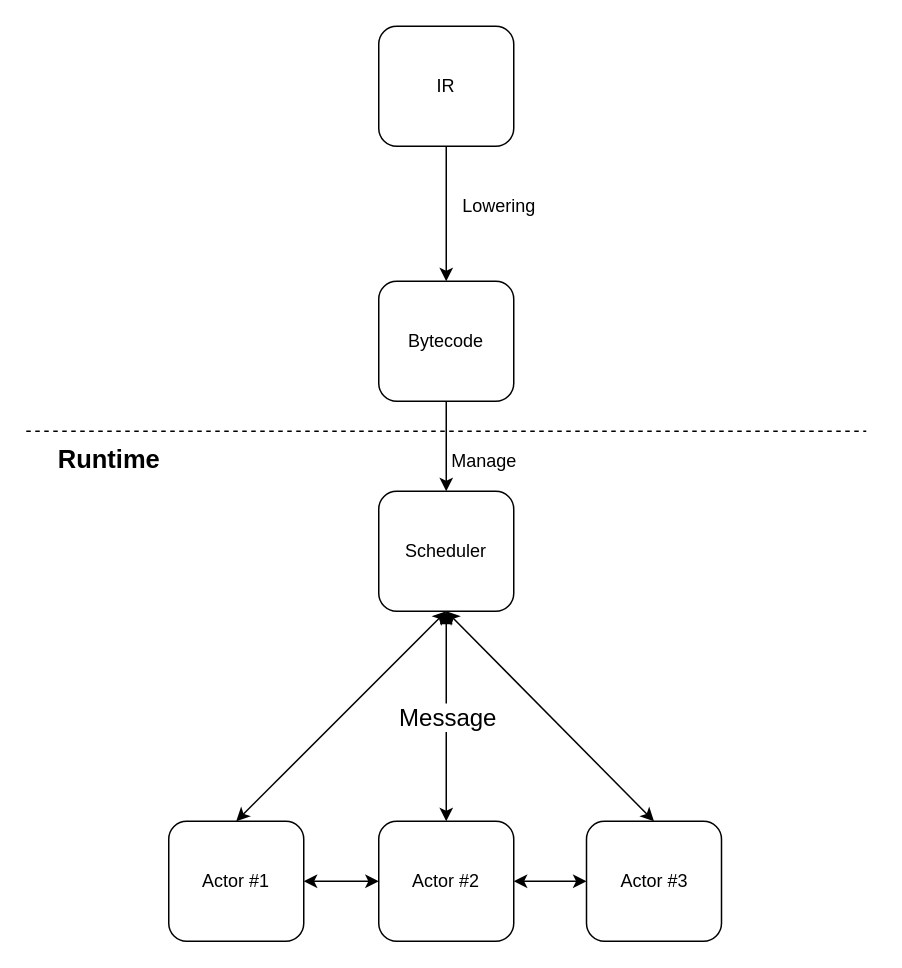
Earlier version of the draw.io diagram page "flow" (1 of 2) of ir_bytecode_runtime.drawio (Tianyu9748/hello-world). Source tidied: cells renumbered, new cells numbered last; positions are measured from the earlier drawing's top-left corner, leaving out a move shared by most shapes. Both pictures are drawn from the tidied source at 150%, with x=0, y=0 at pixel (26, 26).
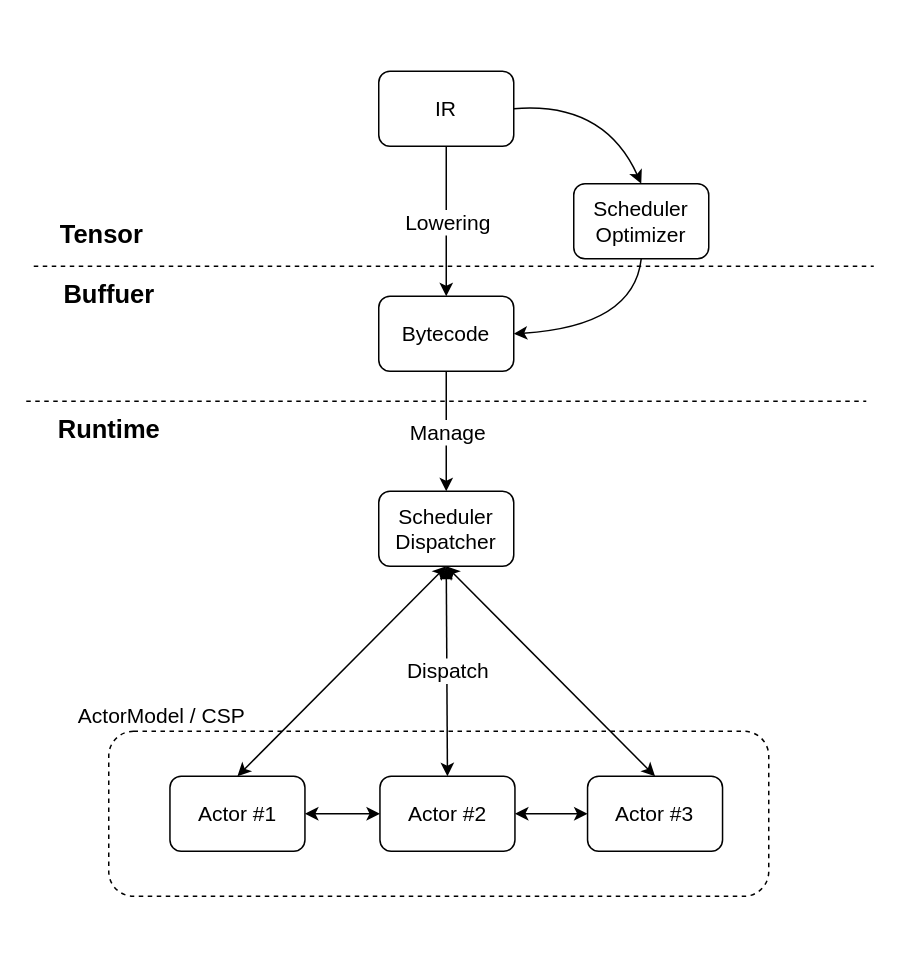
Above is the later version.

The change refers to these unchanged cells:
```xml
<mxCell id="16" style="endArrow=classic;rounded=0;fontSize=16;entryX=0.5;entryY=0;entryDx=0;entryDy=0;exitX=0.5;exitY=1;exitDx=0;exitDy=0;labelBorderColor=none;html=1;verticalAlign=middle;startArrow=block;startFill=1;" parent="1" edge="1" source="9" target="10">
  <mxGeometry relative="1" as="geometry" />
</mxCell>
```

Change to the diagram source:
```diff
@@
-    <mxCell id="2" value="IR" style="rounded=1;whiteSpace=wrap;html=1;" parent="1" vertex="1">
-      <mxGeometry x="235" width="90" height="80" as="geometry" />
+    <mxCell id="2" value="&lt;font style=&quot;font-size: 14px;&quot;&gt;IR&lt;/font&gt;" style="rounded=1;whiteSpace=wrap;html=1;" parent="1" vertex="1">
+      <mxGeometry x="235" y="30" width="90" height="50" as="geometry" />
     </mxCell>
-    <mxCell id="3" style="endArrow=classic;html=1;exitX=0.5;exitY=1;exitDx=0;exitDy=0;entryX=0.5;entryY=0;entryDx=0;entryDy=0;" parent="1" edge="1" source="2" target="4">
-      <mxGeometry relative="1" as="geometry" />
-    </mxCell>
-    <mxCell id="4" value="Bytecode" style="rounded=1;whiteSpace=wrap;html=1;" parent="1" vertex="1">
-      <mxGeometry x="235" y="170" width="90" height="80" as="geometry" />
+    <mxCell id="4" value="&lt;font style=&quot;font-size: 14px;&quot;&gt;Bytecode&lt;/font&gt;" style="rounded=1;whiteSpace=wrap;html=1;" parent="1" vertex="1">
+      <mxGeometry x="235" y="180" width="90" height="50" as="geometry" />
     </mxCell>
-    <mxCell id="5" value="Lowering" style="text;html=1;align=center;verticalAlign=middle;strokeColor=none;fillColor=none;" parent="1" vertex="1">
-      <mxGeometry x="285" y="110" width="60" height="20" as="geometry" />
-    </mxCell>
     <mxCell id="6" style="endArrow=none;dashed=1;html=1;" parent="1" edge="1">
       <mxGeometry relative="1" as="geometry">
-        <mxPoint y="270" as="sourcePoint" />
-        <mxPoint x="560" y="270" as="targetPoint" />
+        <mxPoint y="250" as="sourcePoint" />
+        <mxPoint x="560" y="250" as="targetPoint" />
       </mxGeometry>
     </mxCell>
     <mxCell id="7" value="&lt;b&gt;&lt;font style=&quot;font-size: 17px;&quot;&gt;Runtime&lt;/font&gt;&lt;/b&gt;" style="text;html=1;align=center;verticalAlign=middle;strokeColor=none;fillColor=none;" parent="1" vertex="1">
-      <mxGeometry x="15" y="280" width="80" height="20" as="geometry" />
+      <mxGeometry x="15" y="260" width="80" height="20" as="geometry" />
     </mxCell>
-    <mxCell id="8" value="Actor #1" style="rounded=1;whiteSpace=wrap;html=1;" parent="1" vertex="1">
-      <mxGeometry x="95" y="530" width="90" height="80" as="geometry" />
+    <mxCell id="8" value="&lt;font style=&quot;font-size: 14px;&quot;&gt;Actor #1&lt;/font&gt;" style="rounded=1;whiteSpace=wrap;html=1;" parent="1" vertex="1">
+      <mxGeometry x="95.8" y="500" width="90" height="50" as="geometry" />
     </mxCell>
-    <mxCell id="9" value="Scheduler" style="rounded=1;whiteSpace=wrap;html=1;" parent="1" vertex="1">
-      <mxGeometry x="235" y="310" width="90" height="80" as="geometry" />
+    <mxCell id="9" value="&lt;font style=&quot;font-size: 14px;&quot;&gt;Scheduler&lt;br&gt;Dispatcher&lt;/font&gt;" style="rounded=1;whiteSpace=wrap;html=1;" parent="1" vertex="1">
+      <mxGeometry x="235" y="310" width="90" height="50" as="geometry" />
     </mxCell>
-    <mxCell id="10" value="Actor #2" style="rounded=1;whiteSpace=wrap;html=1;" parent="1" vertex="1">
-      <mxGeometry x="235" y="530" width="90" height="80" as="geometry" />
+    <mxCell id="10" value="&lt;font style=&quot;font-size: 14px;&quot;&gt;Actor #2&lt;/font&gt;" style="rounded=1;whiteSpace=wrap;html=1;" parent="1" vertex="1">
+      <mxGeometry x="235.8" y="500" width="90" height="50" as="geometry" />
     </mxCell>
-    <mxCell id="11" value="Actor #3" style="rounded=1;whiteSpace=wrap;html=1;" parent="1" vertex="1">
-      <mxGeometry x="373.5" y="530" width="90" height="80" as="geometry" />
+    <mxCell id="11" value="&lt;font style=&quot;font-size: 14px;&quot;&gt;Actor #3&lt;/font&gt;" style="rounded=1;whiteSpace=wrap;html=1;" parent="1" vertex="1">
+      <mxGeometry x="374.2" y="500" width="90" height="50" as="geometry" />
     </mxCell>
@@
-    <mxCell id="14" style="endArrow=classic;html=1;exitX=0.5;exitY=1;exitDx=0;exitDy=0;entryX=0.5;entryY=0;entryDx=0;entryDy=0;" parent="1" edge="1" source="4" target="9">
-      <mxGeometry relative="1" as="geometry" />
-    </mxCell>
-    <mxCell id="15" value="Manage" style="text;html=1;align=center;verticalAlign=middle;strokeColor=none;fillColor=none;" parent="1" vertex="1">
-      <mxGeometry x="275" y="280" width="60" height="20" as="geometry" />
-    </mxCell>
@@
-    <mxCell id="17" value="Message" style="edgeLabel;html=1;align=center;verticalAlign=middle;fontSize=16;" parent="16" vertex="1">
+    <mxCell id="17" value="Dispatch" style="edgeLabel;html=1;align=center;verticalAlign=middle;fontSize=14;" parent="16" vertex="1">
       <mxGeometry relative="1" as="geometry" />
     </mxCell>
@@
+    <mxCell id="20" value="&lt;font style=&quot;font-size: 14px;&quot;&gt;Scheduler&lt;br&gt;Optimizer&lt;/font&gt;" style="rounded=1;whiteSpace=wrap;html=1;" parent="1" vertex="1">
+      <mxGeometry x="365" y="105" width="90" height="50" as="geometry" />
+    </mxCell>
+    <mxCell id="21" style="curved=1;endArrow=classic;html=1;rounded=0;labelBorderColor=none;fontSize=16;fontColor=#99FFCC;exitX=1;exitY=0.5;exitDx=0;exitDy=0;entryX=0.5;entryY=0;entryDx=0;entryDy=0;" parent="1" edge="1" source="2" target="20">
+      <mxGeometry relative="1" as="geometry">
+        <Array as="points">
+          <mxPoint x="385" y="50" />
+        </Array>
+      </mxGeometry>
+    </mxCell>
+    <mxCell id="3" style="endArrow=classic;rounded=0;fontSize=16;exitX=0.5;exitY=1;exitDx=0;exitDy=0;labelBorderColor=none;html=1;verticalAlign=middle;startArrow=none;startFill=0;" parent="1" edge="1" source="2" target="4">
+      <mxGeometry relative="1" as="geometry" />
+    </mxCell>
+    <mxCell id="5" value="Lowering" style="edgeLabel;html=1;align=center;verticalAlign=middle;fontSize=14;" parent="3" vertex="1">
+      <mxGeometry relative="1" as="geometry" />
+    </mxCell>
+    <mxCell id="22" style="curved=1;endArrow=classic;html=1;rounded=0;labelBorderColor=none;fontSize=16;fontColor=#99FFCC;exitX=0.5;exitY=1;exitDx=0;exitDy=0;entryX=1;entryY=0.5;entryDx=0;entryDy=0;" parent="1" edge="1" source="20" target="4">
+      <mxGeometry relative="1" as="geometry">
+        <Array as="points">
+          <mxPoint x="405" y="200" />
+        </Array>
+      </mxGeometry>
+    </mxCell>
+    <mxCell id="14" style="endArrow=classic;rounded=0;fontSize=16;exitX=0.5;exitY=1;exitDx=0;exitDy=0;labelBorderColor=none;html=1;verticalAlign=middle;startArrow=none;startFill=0;entryX=0.5;entryY=0;entryDx=0;entryDy=0;" parent="1" edge="1" source="4" target="9">
+      <mxGeometry relative="1" as="geometry" />
+    </mxCell>
+    <mxCell id="15" value="Manage" style="edgeLabel;html=1;align=center;verticalAlign=middle;fontSize=14;" parent="14" vertex="1">
+      <mxGeometry relative="1" as="geometry" />
+    </mxCell>
+    <mxCell id="23" style="rounded=1;whiteSpace=wrap;html=1;fontSize=14;fontColor=#99FFCC;fillColor=none;dashed=1;shadow=0;sketch=0;glass=0;" parent="1" vertex="1">
+      <mxGeometry x="55" y="470" width="440" height="110" as="geometry" />
+    </mxCell>
+    <mxCell id="24" value="ActorModel / CSP" style="text;html=1;align=center;verticalAlign=middle;strokeColor=none;fillColor=none;fontSize=14;fontColor=#000000;" parent="1" vertex="1">
+      <mxGeometry x="25" y="450" width="130" height="20" as="geometry" />
+    </mxCell>
+    <mxCell id="25" style="endArrow=none;dashed=1;html=1;" parent="1" edge="1">
+      <mxGeometry relative="1" as="geometry">
+        <mxPoint x="5" y="160" as="sourcePoint" />
+        <mxPoint x="565" y="160" as="targetPoint" />
+      </mxGeometry>
+    </mxCell>
+    <mxCell id="26" value="&lt;b&gt;&lt;font style=&quot;font-size: 17px;&quot;&gt;Buffuer&lt;/font&gt;&lt;/b&gt;" style="text;html=1;align=center;verticalAlign=middle;strokeColor=none;fillColor=none;" parent="1" vertex="1">
+      <mxGeometry x="15" y="170" width="80" height="20" as="geometry" />
+    </mxCell>
+    <mxCell id="27" value="&lt;b&gt;&lt;font style=&quot;font-size: 17px;&quot;&gt;Tensor&lt;br&gt;&lt;/font&gt;&lt;/b&gt;" style="text;html=1;align=center;verticalAlign=middle;strokeColor=none;fillColor=none;" parent="1" vertex="1">
+      <mxGeometry x="15" y="130" width="70" height="20" as="geometry" />
+    </mxCell>
```
